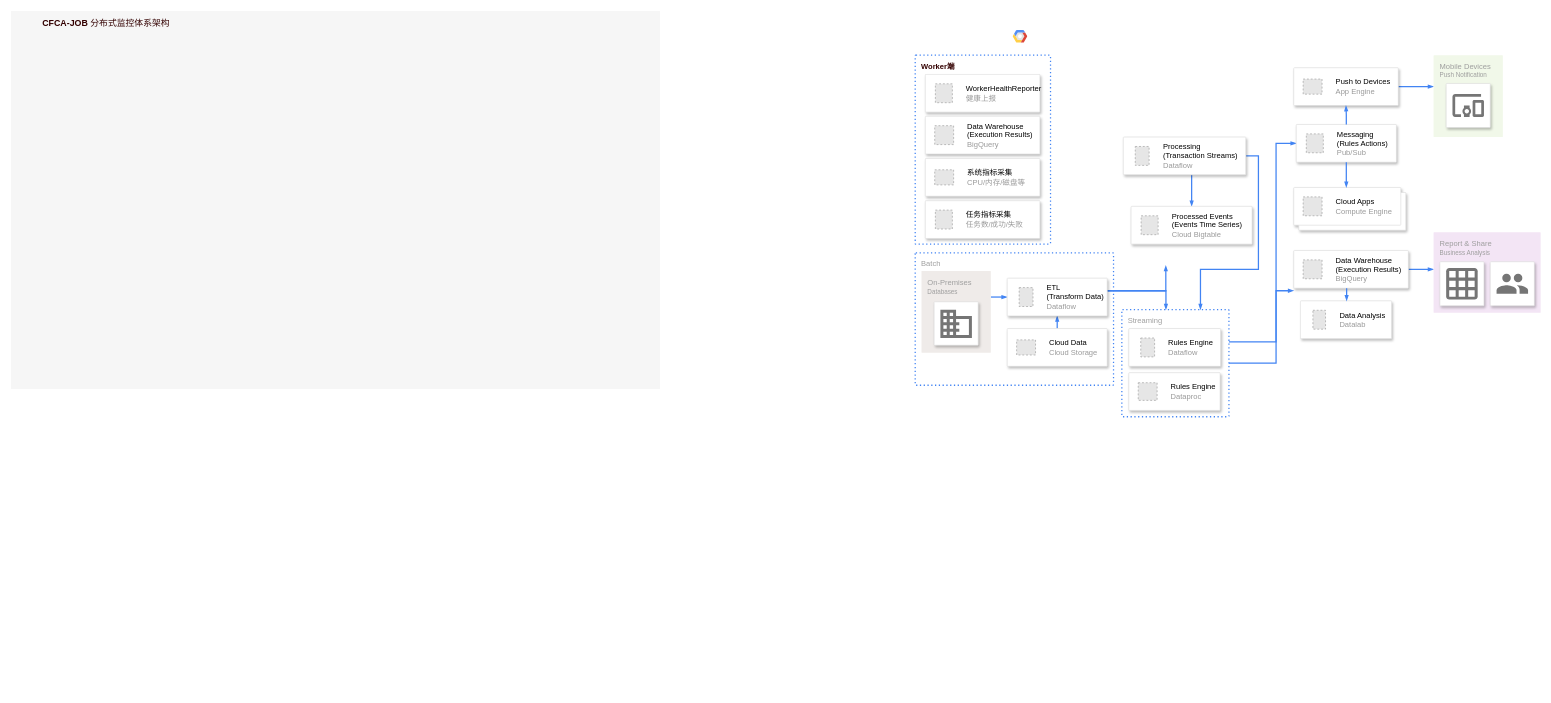
Earlier version of the draw.io diagram CFCA调度中心/运维管控.drawio (sd1026203/drawio). Source tidied: cells renumbered, new cells numbered last; positions are measured from the earlier drawing's top-left corner, leaving out a move shared by most shapes. Both pictures are drawn from the tidied source at 63%, with x=0, y=0 at pixel (11, 11). Pictures stored in the file or linked from it are replaced by grey dashed boxes.
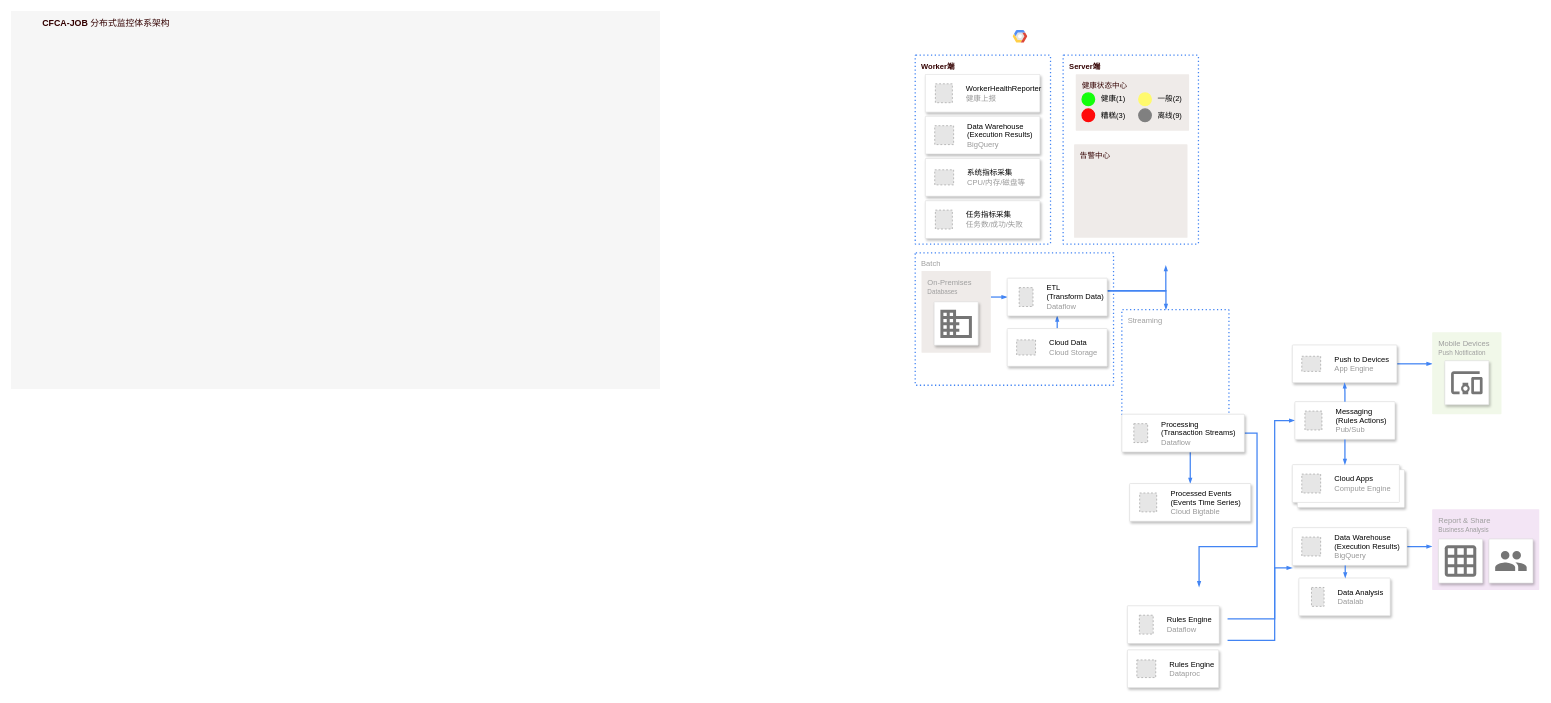
Above is the later version.

Commit message (it also covers changes not shown here):
更新运维管控.drawio

Unchanged cells that the change refers to:
```xml
<mxCell id="5" value="Streaming" style="rounded=1;absoluteArcSize=1;arcSize=2;html=1;strokeColor=#4284F3;gradientColor=none;shadow=0;dashed=1;fontSize=12;fontColor=#9E9E9E;align=left;verticalAlign=top;spacing=10;spacingTop=-4;fillColor=none;dashPattern=1 2;strokeWidth=2;" parent="1" vertex="1">
  <mxGeometry x="1763.2" y="474" width="170" height="170" as="geometry" />
</mxCell>
```

What changed in the source:
```diff
@@
-    <mxCell id="3" style="edgeStyle=orthogonalEdgeStyle;rounded=0;html=1;dashed=0;labelBackgroundColor=none;startArrow=none;startFill=0;startSize=4;endArrow=blockThin;endFill=1;endSize=4;strokeColor=#4284F3;strokeWidth=2;fontSize=12;" parent="1" edge="1" source="5">
+    <mxCell id="3" style="edgeStyle=orthogonalEdgeStyle;rounded=0;html=1;dashed=0;labelBackgroundColor=none;startArrow=none;startFill=0;startSize=4;endArrow=blockThin;endFill=1;endSize=4;strokeColor=#4284F3;strokeWidth=2;fontSize=12;" parent="1" edge="1">
       <mxGeometry relative="1" as="geometry">
-        <mxPoint x="2036" y="444" as="targetPoint" />
+        <mxPoint x="1931" y="999" as="sourcePoint" />
+        <mxPoint x="2033.8" y="884" as="targetPoint" />
         <Array as="points">
-          <mxPoint x="2008" y="559" />
-          <mxPoint x="2008" y="444" />
+          <mxPoint x="2005.8" y="999" />
+          <mxPoint x="2005.8" y="884" />
         </Array>
       </mxGeometry>
     </mxCell>
-    <mxCell id="4" style="edgeStyle=orthogonalEdgeStyle;rounded=0;html=1;dashed=0;labelBackgroundColor=none;startArrow=none;startFill=0;startSize=4;endArrow=blockThin;endFill=1;endSize=4;strokeColor=#4284F3;strokeWidth=2;fontSize=12;" parent="1" edge="1" source="5" target="44">
+    <mxCell id="4" style="edgeStyle=orthogonalEdgeStyle;rounded=0;html=1;dashed=0;labelBackgroundColor=none;startArrow=none;startFill=0;startSize=4;endArrow=blockThin;endFill=1;endSize=4;strokeColor=#4284F3;strokeWidth=2;fontSize=12;" parent="1" edge="1" target="44">
       <mxGeometry relative="1" as="geometry">
+        <mxPoint x="1931" y="965" as="sourcePoint" />
         <Array as="points">
-          <mxPoint x="2008" y="525" />
-          <mxPoint x="2008" y="210" />
+          <mxPoint x="2005.8" y="965" />
+          <mxPoint x="2005.8" y="650" />
         </Array>
       </mxGeometry>
     </mxCell>
@@
     <mxCell id="12" style="edgeStyle=orthogonalEdgeStyle;rounded=0;html=1;dashed=0;labelBackgroundColor=none;startArrow=none;startFill=0;startSize=4;endArrow=blockThin;endFill=1;endSize=4;strokeColor=#4284F3;strokeWidth=2;fontSize=12;" parent="1" edge="1" source="29" target="40">
       <mxGeometry relative="1" as="geometry">
         <Array as="points">
-          <mxPoint x="1874" y="270" />
-          <mxPoint x="1874" y="270" />
+          <mxPoint x="1871.8" y="710" />
+          <mxPoint x="1871.8" y="710" />
         </Array>
       </mxGeometry>
     </mxCell>
-    <mxCell id="13" style="edgeStyle=orthogonalEdgeStyle;rounded=0;html=1;dashed=0;labelBackgroundColor=none;startArrow=none;startFill=0;startSize=4;endArrow=blockThin;endFill=1;endSize=4;strokeColor=#4284F3;strokeWidth=2;fontSize=12;" parent="1" edge="1" source="29" target="5">
+    <mxCell id="13" style="edgeStyle=orthogonalEdgeStyle;rounded=0;html=1;dashed=0;labelBackgroundColor=none;startArrow=none;startFill=0;startSize=4;endArrow=blockThin;endFill=1;endSize=4;strokeColor=#4284F3;strokeWidth=2;fontSize=12;" parent="1" edge="1" source="29">
       <mxGeometry relative="1" as="geometry">
+        <mxPoint x="1885.8" y="914" as="targetPoint" />
         <Array as="points">
-          <mxPoint x="1980" y="230" />
-          <mxPoint x="1980" y="410" />
-          <mxPoint x="1888" y="410" />
+          <mxPoint x="1977.8" y="670" />
+          <mxPoint x="1977.8" y="850" />
+          <mxPoint x="1885.8" y="850" />
         </Array>
       </mxGeometry>
     </mxCell>
@@
     <mxCell id="17" style="edgeStyle=orthogonalEdgeStyle;rounded=0;html=1;dashed=0;labelBackgroundColor=none;startArrow=none;startFill=0;startSize=4;endArrow=blockThin;endFill=1;endSize=4;strokeColor=#4284F3;strokeWidth=2;fontSize=12;" parent="1" edge="1" source="42" target="19">
       <mxGeometry relative="1" as="geometry">
         <Array as="points">
-          <mxPoint x="2345" y="120" />
+          <mxPoint x="2342.8" y="560" />
         </Array>
       </mxGeometry>
     </mxCell>
     <mxCell id="18" style="edgeStyle=orthogonalEdgeStyle;rounded=0;html=1;dashed=0;labelBackgroundColor=none;startArrow=none;startFill=0;startSize=4;endArrow=blockThin;endFill=1;endSize=4;strokeColor=#4284F3;strokeWidth=2;fontSize=12;" parent="1" edge="1" source="50" target="22">
       <mxGeometry relative="1" as="geometry">
         <Array as="points">
-          <mxPoint x="2250" y="410" />
-          <mxPoint x="2250" y="410" />
+          <mxPoint x="2247.8" y="850" />
+          <mxPoint x="2247.8" y="850" />
         </Array>
       </mxGeometry>
     </mxCell>
     <mxCell id="19" value="Mobile Devices&lt;br&gt;&lt;font style=&quot;font-size: 10px&quot;&gt;Push Notification&lt;/font&gt;&lt;br&gt;" style="rounded=1;absoluteArcSize=1;arcSize=2;html=1;strokeColor=none;gradientColor=none;shadow=0;dashed=0;fontSize=12;fontColor=#9E9E9E;align=left;verticalAlign=top;spacing=10;spacingTop=-4;fillColor=#F1F8E9;" parent="1" vertex="1">
-      <mxGeometry x="2258" y="70" width="110" height="130" as="geometry" />
+      <mxGeometry x="2255.8" y="510" width="110" height="130" as="geometry" />
     </mxCell>
     <mxCell id="20" style="strokeColor=#dddddd;fillColor=#ffffff;shadow=1;strokeWidth=1;rounded=1;absoluteArcSize=1;arcSize=2;labelPosition=center;verticalLabelPosition=middle;align=center;verticalAlign=bottom;spacingLeft=0;fontColor=#999999;fontSize=12;whiteSpace=wrap;spacingBottom=2;html=1;" parent="1" vertex="1">
-      <mxGeometry x="2278" y="115" width="70" height="70" as="geometry" />
+      <mxGeometry x="2275.8" y="555" width="70" height="70" as="geometry" />
     </mxCell>
@@
     <mxCell id="22" value="Report &amp;amp; Share&lt;br&gt;&lt;font style=&quot;font-size: 10px&quot;&gt;Business Analysis&lt;/font&gt;&lt;br&gt;" style="rounded=1;absoluteArcSize=1;arcSize=2;html=1;strokeColor=none;gradientColor=none;shadow=0;dashed=0;fontSize=12;fontColor=#9E9E9E;align=left;verticalAlign=top;spacing=10;spacingTop=-4;fillColor=#F3E5F5;" parent="1" vertex="1">
-      <mxGeometry x="2258" y="351" width="170" height="128" as="geometry" />
+      <mxGeometry x="2255.8" y="791" width="170" height="128" as="geometry" />
     </mxCell>
     <mxCell id="23" style="strokeColor=#dddddd;fillColor=#ffffff;shadow=1;strokeWidth=1;rounded=1;absoluteArcSize=1;arcSize=2;labelPosition=center;verticalLabelPosition=middle;align=center;verticalAlign=bottom;spacingLeft=0;fontColor=#999999;fontSize=12;whiteSpace=wrap;spacingBottom=2;html=1;" parent="1" vertex="1">
-      <mxGeometry x="2268" y="398" width="70" height="70" as="geometry" />
+      <mxGeometry x="2265.8" y="838" width="70" height="70" as="geometry" />
     </mxCell>
@@
     <mxCell id="25" style="strokeColor=#dddddd;fillColor=#ffffff;shadow=1;strokeWidth=1;rounded=1;absoluteArcSize=1;arcSize=2;labelPosition=center;verticalLabelPosition=middle;align=center;verticalAlign=bottom;spacingLeft=0;fontColor=#999999;fontSize=12;whiteSpace=wrap;spacingBottom=2;html=1;" parent="1" vertex="1">
-      <mxGeometry x="2348" y="398" width="70" height="70" as="geometry" />
+      <mxGeometry x="2345.8" y="838" width="70" height="70" as="geometry" />
     </mxCell>
@@
     <mxCell id="29" style="strokeColor=#dddddd;shadow=1;strokeWidth=1;rounded=1;absoluteArcSize=1;arcSize=2;" parent="1" vertex="1">
-      <mxGeometry x="1765.5" y="200" width="194.5" height="60" as="geometry" />
+      <mxGeometry x="1763.2" y="640" width="194.5" height="60" as="geometry" />
     </mxCell>
@@
     <mxCell id="35" style="strokeColor=#dddddd;shadow=1;strokeWidth=1;rounded=1;absoluteArcSize=1;arcSize=2;" parent="1" vertex="1">
-      <mxGeometry x="1774.2" y="504" width="145.8" height="60" as="geometry" />
+      <mxGeometry x="1772" y="944" width="145.8" height="60" as="geometry" />
     </mxCell>
@@
     <mxCell id="37" style="strokeColor=#dddddd;shadow=1;strokeWidth=1;rounded=1;absoluteArcSize=1;arcSize=2;" parent="1" vertex="1">
-      <mxGeometry x="1774.2" y="574" width="145" height="60" as="geometry" />
+      <mxGeometry x="1772" y="1014" width="145" height="60" as="geometry" />
     </mxCell>
@@
     <mxCell id="40" style="strokeColor=#dddddd;shadow=1;strokeWidth=1;rounded=1;absoluteArcSize=1;arcSize=2;" parent="1" vertex="1">
-      <mxGeometry x="1777.8" y="310" width="192.2" height="60" as="geometry" />
+      <mxGeometry x="1775.5" y="750" width="192.2" height="60" as="geometry" />
     </mxCell>
@@
     <mxCell id="42" style="strokeColor=#dddddd;shadow=1;strokeWidth=1;rounded=1;absoluteArcSize=1;arcSize=2;" parent="1" vertex="1">
-      <mxGeometry x="2036" y="90" width="166" height="60" as="geometry" />
+      <mxGeometry x="2033.8" y="530" width="166" height="60" as="geometry" />
     </mxCell>
@@
     <mxCell id="44" style="strokeColor=#dddddd;shadow=1;strokeWidth=1;rounded=1;absoluteArcSize=1;arcSize=2;" parent="1" vertex="1">
-      <mxGeometry x="2040" y="180" width="159" height="60" as="geometry" />
+      <mxGeometry x="2037.8" y="620" width="159" height="60" as="geometry" />
     </mxCell>
@@
     <mxCell id="47" style="shape=mxgraph.gcp2.doubleRect;strokeColor=#dddddd;shadow=1;strokeWidth=1;rounded=1;absoluteArcSize=1;arcSize=2;" parent="1" vertex="1">
-      <mxGeometry x="2036" y="280" width="178" height="68" as="geometry" />
+      <mxGeometry x="2033.8" y="720" width="178" height="68" as="geometry" />
     </mxCell>
@@
     <mxCell id="49" style="edgeStyle=orthogonalEdgeStyle;rounded=0;html=1;dashed=0;labelBackgroundColor=none;startArrow=none;startFill=0;startSize=4;endArrow=blockThin;endFill=1;endSize=4;strokeColor=#4284F3;strokeWidth=2;fontSize=12;" parent="1" edge="1" source="44" target="47">
       <mxGeometry relative="1" as="geometry">
         <Array as="points">
-          <mxPoint x="2124" y="280" />
-          <mxPoint x="2124" y="280" />
+          <mxPoint x="2121.8" y="720" />
+          <mxPoint x="2121.8" y="720" />
         </Array>
       </mxGeometry>
     </mxCell>
     <mxCell id="50" style="strokeColor=#dddddd;shadow=1;strokeWidth=1;rounded=1;absoluteArcSize=1;arcSize=2;" parent="1" vertex="1">
-      <mxGeometry x="2036" y="380" width="182" height="60" as="geometry" />
+      <mxGeometry x="2033.8" y="820" width="182" height="60" as="geometry" />
     </mxCell>
@@
     <mxCell id="52" style="strokeColor=#dddddd;shadow=1;strokeWidth=1;rounded=1;absoluteArcSize=1;arcSize=2;" parent="1" vertex="1">
-      <mxGeometry x="2046.5" y="460" width="145" height="60" as="geometry" />
+      <mxGeometry x="2044.2" y="900" width="145" height="60" as="geometry" />
     </mxCell>
@@
     <mxCell id="54" style="edgeStyle=orthogonalEdgeStyle;rounded=0;html=1;dashed=0;labelBackgroundColor=none;startArrow=none;startFill=0;startSize=4;endArrow=blockThin;endFill=1;endSize=4;strokeColor=#4284F3;strokeWidth=2;fontSize=12;" parent="1" edge="1" source="50" target="52">
       <mxGeometry relative="1" as="geometry">
         <Array as="points">
-          <mxPoint x="2120" y="450" />
-          <mxPoint x="2120" y="450" />
+          <mxPoint x="2117.8" y="890" />
+          <mxPoint x="2117.8" y="890" />
         </Array>
       </mxGeometry>
     </mxCell>
@@
+    <mxCell id="61" value="&lt;b&gt;&lt;font style=&quot;color: rgb(51, 0, 0);&quot;&gt;Server端&lt;/font&gt;&lt;/b&gt;" style="rounded=1;absoluteArcSize=1;arcSize=2;html=1;strokeColor=#4284F3;gradientColor=none;shadow=0;dashed=1;fontSize=12;fontColor=#9E9E9E;align=left;verticalAlign=top;spacing=10;spacingTop=-4;fillColor=none;dashPattern=1 2;strokeWidth=2;" parent="1" vertex="1">
+      <mxGeometry x="1670" y="70" width="214.8" height="300" as="geometry" />
+    </mxCell>
+    <mxCell id="62" value="&lt;font style=&quot;color: rgb(51, 0, 0);&quot;&gt;健康状态中心&lt;/font&gt;" style="rounded=1;absoluteArcSize=1;arcSize=2;html=1;strokeColor=none;gradientColor=none;shadow=0;dashed=0;fontSize=12;fontColor=#9E9E9E;align=left;verticalAlign=top;spacing=10;spacingTop=-4;fillColor=#EFEBE9;" parent="1" vertex="1">
+      <mxGeometry x="1690" y="100.5" width="180" height="89.5" as="geometry" />
+    </mxCell>
+    <mxCell id="63" value="健康(1)" style="strokeWidth=2;html=1;shape=mxgraph.flowchart.start_2;fillColor=#14FF0C;strokeColor=light-dark(#14ff0c, #ededed);labelPosition=right;verticalLabelPosition=middle;align=right;verticalAlign=middle;spacingLeft=10;spacingRight=-30;" parent="1" vertex="1">
+      <mxGeometry x="1700" y="130" width="20" height="20" as="geometry" />
+    </mxCell>
+    <mxCell id="64" value="糟糕(3&lt;span style=&quot;background-color: transparent; color: light-dark(rgb(0, 0, 0), rgb(255, 255, 255));&quot;&gt;)&lt;/span&gt;" style="strokeWidth=2;html=1;shape=mxgraph.flowchart.start_2;fillColor=light-dark(#ff0a0a, #008600);strokeColor=light-dark(#ff0a0a, #ededed);labelPosition=right;verticalLabelPosition=middle;align=right;verticalAlign=middle;spacingLeft=10;spacingRight=-30;" parent="1" vertex="1">
+      <mxGeometry x="1700" y="155.5" width="20" height="20" as="geometry" />
+    </mxCell>
+    <mxCell id="65" value="一般(2)" style="strokeWidth=2;html=1;shape=mxgraph.flowchart.start_2;fillColor=#FFFA6D;strokeColor=light-dark(#fffa6d, #ededed);labelPosition=right;verticalLabelPosition=middle;align=right;verticalAlign=middle;spacingLeft=10;spacingRight=-30;" parent="1" vertex="1">
+      <mxGeometry x="1790" y="130" width="20" height="20" as="geometry" />
+    </mxCell>
+    <mxCell id="66" value="离线(9)" style="strokeWidth=2;html=1;shape=mxgraph.flowchart.start_2;fillColor=#808080;strokeColor=light-dark(#808080, #ededed);labelPosition=right;verticalLabelPosition=middle;align=right;verticalAlign=middle;spacingLeft=10;spacingRight=-30;" parent="1" vertex="1">
+      <mxGeometry x="1790" y="155.5" width="20" height="20" as="geometry" />
+    </mxCell>
+    <mxCell id="67" value="&lt;font style=&quot;color: rgb(51, 0, 0);&quot;&gt;告警中心&lt;/font&gt;" style="rounded=1;absoluteArcSize=1;arcSize=2;html=1;strokeColor=none;gradientColor=none;shadow=0;dashed=0;fontSize=12;fontColor=#9E9E9E;align=left;verticalAlign=top;spacing=10;spacingTop=-4;fillColor=#EFEBE9;" parent="1" vertex="1">
+      <mxGeometry x="1687.4" y="211.5" width="180" height="148.5" as="geometry" />
+    </mxCell>
```
